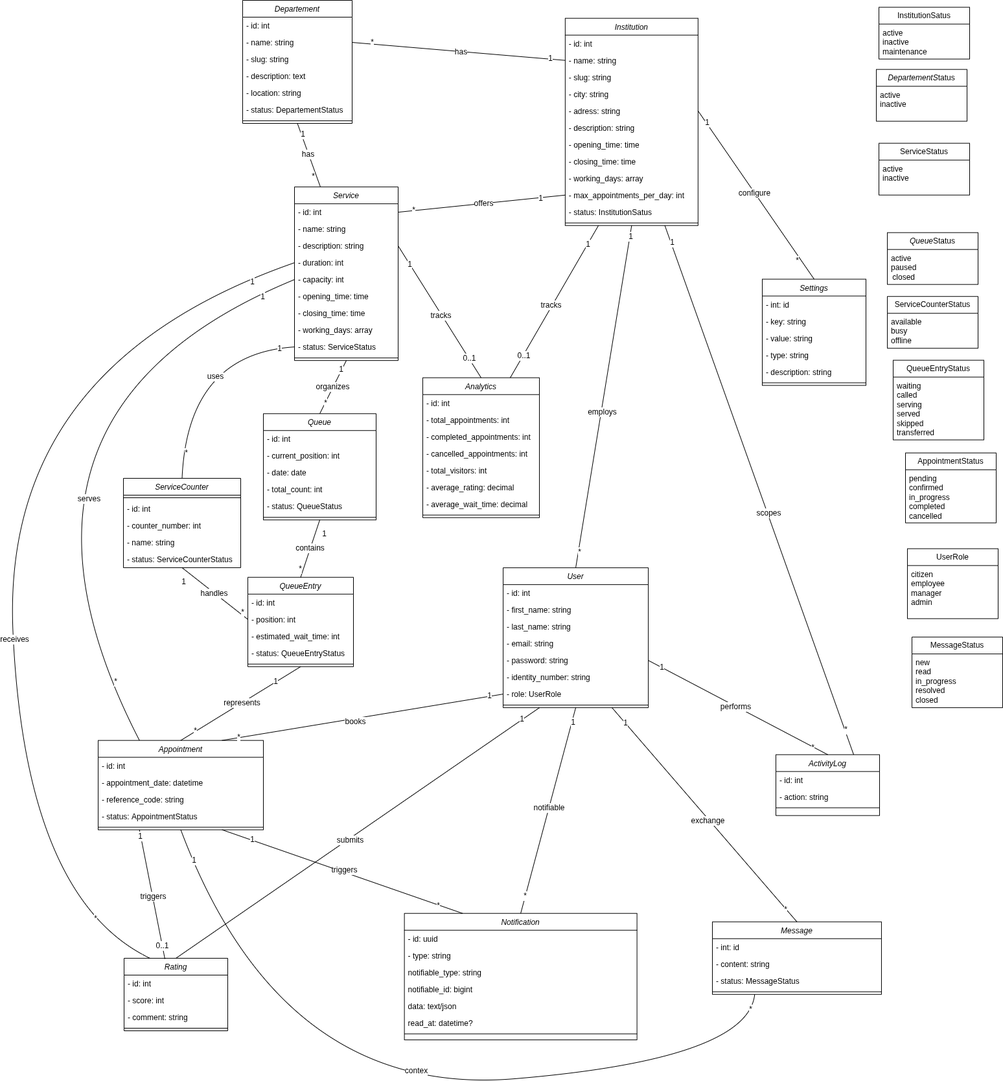
Above: diagramms/class diagram.png in elgmouriabderrahim/SmartQueue (draw.io), before the change. Source tidied: cells renumbered, new cells last; positions are measured from the earlier drawing's top-left corner, leaving out a move shared by most shapes.
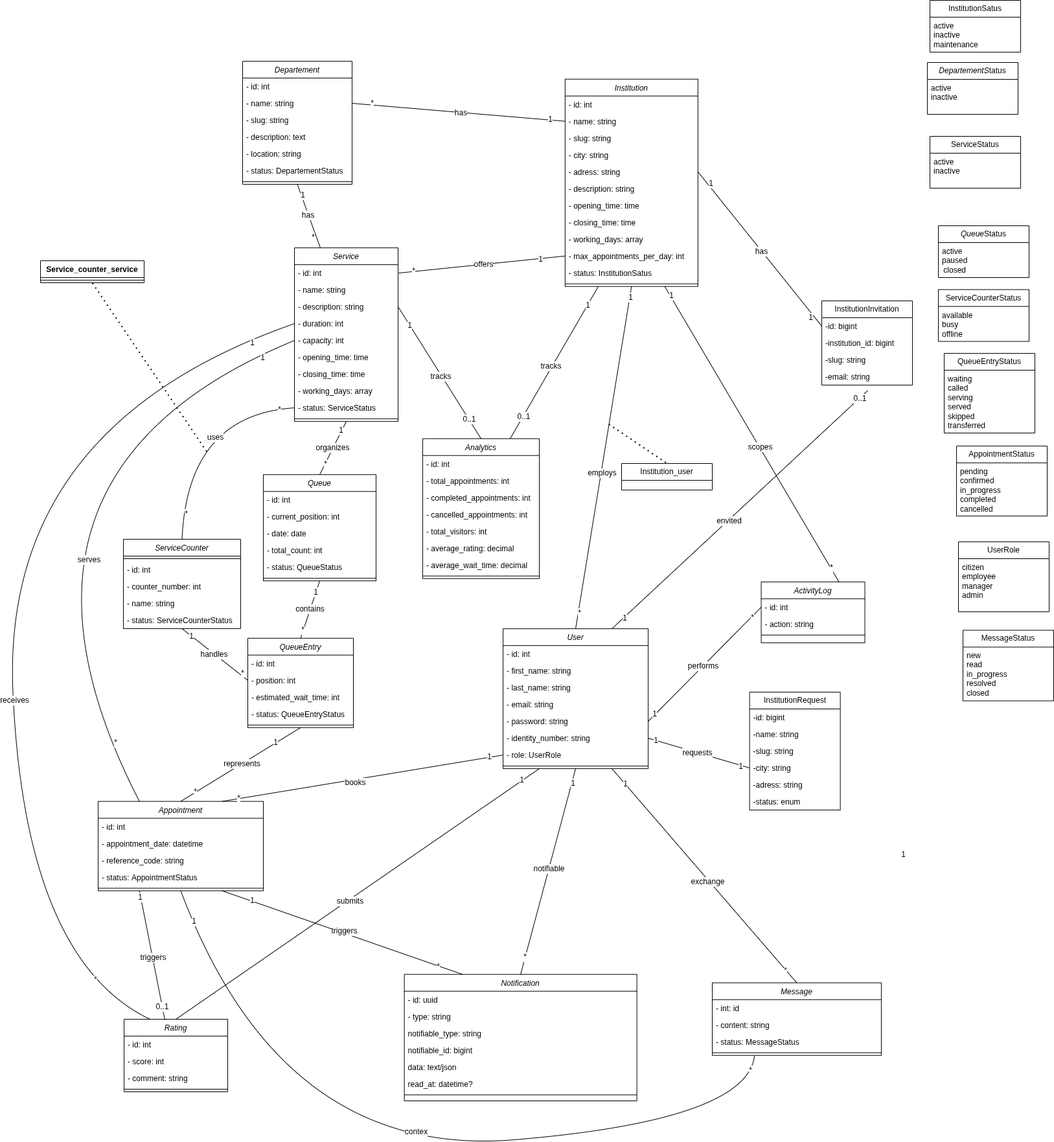
The same file after the commit.

Change to the diagram source:
```diff
@@ -1,2 +1,2 @@
-<mxGraphModel background="light-dark(#FFFFFF,#FFFFFF)">
+<mxGraphModel background="#ffffff">
   <root>
@@ -110,3 +110,3 @@
     <mxCell id="37" value="ActivityLog" style="swimlane;fontStyle=2;align=center;verticalAlign=top;horizontal=1;startSize=26;rounded=0;shadow=0;strokeWidth=1;" parent="1" vertex="1">
-      <mxGeometry x="1243" y="1164.7" width="160" height="94" as="geometry" />
+      <mxGeometry x="1220.5" y="803.8" width="160" height="94" as="geometry" />
     </mxCell>
@@ -279,3 +279,3 @@
     </mxCell>
-    <mxCell id="93" style="endArrow=none;html=1;rounded=0;fontSize=12;startSize=8;endSize=8;curved=1;exitX=0.5;exitY=0;exitDx=0;exitDy=0;entryX=1;entryY=0.5;entryDx=0;entryDy=0;" parent="1" edge="1" source="37" target="7">
+    <mxCell id="93" style="endArrow=none;html=1;rounded=0;fontSize=12;startSize=8;endSize=8;curved=1;exitX=0;exitY=0.5;exitDx=0;exitDy=0;entryX=1;entryY=0.5;entryDx=0;entryDy=0;" parent="1" edge="1" source="38" target="7">
       <mxGeometry relative="1" as="geometry" />
@@ -313,41 +313,2 @@
     </mxCell>
-    <mxCell id="101" value="Settings" style="swimlane;fontStyle=2;align=center;verticalAlign=top;horizontal=1;startSize=26;rounded=0;shadow=0;strokeWidth=1;" parent="1" vertex="1">
-      <mxGeometry x="1222" y="430.5" width="160" height="164" as="geometry" />
-    </mxCell>
-    <mxCell id="102" value="- int: id" style="text;align=left;verticalAlign=top;spacingLeft=4;spacingRight=4;overflow=hidden;rounded=0;shadow=0;html=0;" parent="101" vertex="1">
-      <mxGeometry y="26" width="160" height="26" as="geometry" />
-    </mxCell>
-    <mxCell id="103" value="- key: string" style="text;align=left;verticalAlign=top;spacingLeft=4;spacingRight=4;overflow=hidden;rounded=0;shadow=0;html=0;" parent="101" vertex="1">
-      <mxGeometry y="52" width="160" height="26" as="geometry" />
-    </mxCell>
-    <mxCell id="104" value="- value: string" style="text;align=left;verticalAlign=top;spacingLeft=4;spacingRight=4;overflow=hidden;rounded=0;shadow=0;html=0;" parent="101" vertex="1">
-      <mxGeometry y="78" width="160" height="26" as="geometry" />
-    </mxCell>
-    <mxCell id="105" value="- type: string" style="text;align=left;verticalAlign=top;spacingLeft=4;spacingRight=4;overflow=hidden;rounded=0;shadow=0;html=0;" parent="101" vertex="1">
-      <mxGeometry y="104" width="160" height="26" as="geometry" />
-    </mxCell>
-    <mxCell id="106" value="- description: string" style="text;align=left;verticalAlign=top;spacingLeft=4;spacingRight=4;overflow=hidden;rounded=0;shadow=0;html=0;" parent="101" vertex="1">
-      <mxGeometry y="130" width="160" height="26" as="geometry" />
-    </mxCell>
-    <mxCell id="107" style="line;html=1;strokeWidth=1;align=left;verticalAlign=middle;spacingTop=-1;spacingLeft=3;spacingRight=3;labelPosition=right;" parent="101" vertex="1">
-      <mxGeometry y="156" width="160" height="8" as="geometry" />
-    </mxCell>
-    <mxCell id="108" style="endArrow=none;html=1;rounded=0;fontSize=12;startSize=8;endSize=8;curved=1;entryX=1;entryY=0.5;entryDx=0;entryDy=0;exitX=0.5;exitY=0;exitDx=0;exitDy=0;" parent="1" edge="1" source="101" target="16">
-      <mxGeometry relative="1" as="geometry" />
-    </mxCell>
-    <mxCell id="109" value="configure" style="edgeLabel;html=1;align=center;verticalAlign=middle;fontSize=12;" parent="108" vertex="1">
-      <mxGeometry x="0.03" relative="1" as="geometry">
-        <mxPoint x="-1" as="offset" />
-      </mxGeometry>
-    </mxCell>
-    <mxCell id="110" value="1" style="edgeLabel;html=1;align=center;verticalAlign=middle;fontSize=12;" parent="108" vertex="1">
-      <mxGeometry x="0.92" relative="1" as="geometry">
-        <mxPoint x="6" y="7" as="offset" />
-      </mxGeometry>
-    </mxCell>
-    <mxCell id="111" value="*" style="edgeLabel;html=1;align=center;verticalAlign=middle;fontSize=12;" parent="108" vertex="1">
-      <mxGeometry x="-0.83" y="1" relative="1" as="geometry">
-        <mxPoint x="-11" y="-8" as="offset" />
-      </mxGeometry>
-    </mxCell>
     <mxCell id="112" style="endArrow=none;html=1;rounded=0;fontSize=12;startSize=8;endSize=8;curved=1;entryX=0.5;entryY=1;entryDx=0;entryDy=0;exitX=0.5;exitY=0;exitDx=0;exitDy=0;" parent="1" edge="1" source="57" target="46">
@@ -398,3 +359,3 @@
       <mxGeometry x="0.92" relative="1" as="geometry">
-        <mxPoint x="8" y="18" as="offset" />
+        <mxPoint x="-5" y="14" as="offset" />
       </mxGeometry>
@@ -403,3 +364,3 @@
       <mxGeometry x="-0.83" y="1" relative="1" as="geometry">
-        <mxPoint x="-3" y="-5" as="offset" />
+        <mxPoint x="1" y="-5" as="offset" />
       </mxGeometry>
@@ -530,3 +491,3 @@
     </mxCell>
-    <mxCell id="158" value="1" style="edgeLabel;html=1;align=center;verticalAlign=middle;fontSize=12;" parent="157" vertex="1">
+    <mxCell id="158" value="*" style="edgeLabel;html=1;align=center;verticalAlign=middle;fontSize=12;" parent="157" vertex="1">
       <mxGeometry x="0.92" relative="1" as="geometry">
@@ -600,3 +561,3 @@
       <mxGeometry x="0.92" relative="1" as="geometry">
-        <mxPoint x="-2" y="18" as="offset" />
+        <mxPoint x="10" y="8" as="offset" />
       </mxGeometry>
@@ -680,3 +641,3 @@
     <mxCell id="189" value="InstitutionSatus" style="swimlane;fontStyle=0;horizontal=1;startSize=26;fillColor=none;whiteSpace=wrap;html=1;" parent="1" vertex="1">
-      <mxGeometry x="1402" y="10.7" width="140" height="80" as="geometry" />
+      <mxGeometry x="1481" y="-94" width="140" height="80" as="geometry" />
     </mxCell>
@@ -686,3 +647,3 @@
     <mxCell id="191" value="&lt;span style=&quot;font-style: italic; text-wrap-mode: nowrap;&quot;&gt;DepartementS&lt;/span&gt;tatus" style="swimlane;fontStyle=0;horizontal=1;startSize=26;fillColor=none;whiteSpace=wrap;html=1;" parent="1" vertex="1">
-      <mxGeometry x="1398" y="106.7" width="140" height="80" as="geometry" />
+      <mxGeometry x="1477" y="2" width="140" height="80" as="geometry" />
     </mxCell>
@@ -692,3 +653,3 @@
     <mxCell id="193" value="ServiceStatus" style="swimlane;fontStyle=0;horizontal=1;startSize=26;fillColor=none;whiteSpace=wrap;html=1;" parent="1" vertex="1">
-      <mxGeometry x="1402" y="220.7" width="140" height="80" as="geometry" />
+      <mxGeometry x="1481" y="116" width="140" height="80" as="geometry" />
     </mxCell>
@@ -698,3 +659,3 @@
     <mxCell id="195" value="ServiceCounterStatus" style="swimlane;fontStyle=0;horizontal=1;startSize=26;fillColor=none;whiteSpace=wrap;html=1;" parent="1" vertex="1">
-      <mxGeometry x="1415" y="457.2" width="140" height="80" as="geometry" />
+      <mxGeometry x="1494" y="352.6" width="140" height="80" as="geometry" />
     </mxCell>
@@ -704,3 +665,3 @@
     <mxCell id="197" value="&lt;span style=&quot;font-style: italic; text-wrap-mode: nowrap;&quot;&gt;Queue&lt;/span&gt;Status" style="swimlane;fontStyle=0;horizontal=1;startSize=26;fillColor=none;whiteSpace=wrap;html=1;" parent="1" vertex="1">
-      <mxGeometry x="1415" y="358.7" width="140" height="80" as="geometry" />
+      <mxGeometry x="1494" y="254" width="140" height="80" as="geometry" />
     </mxCell>
@@ -710,3 +671,3 @@
     <mxCell id="199" value="&lt;span style=&quot;text-align: left; text-wrap-mode: nowrap;&quot;&gt;QueueEntryStatus&lt;/span&gt;" style="swimlane;fontStyle=0;horizontal=1;startSize=26;fillColor=none;whiteSpace=wrap;html=1;" parent="1" vertex="1">
-      <mxGeometry x="1424" y="555.7" width="140" height="123" as="geometry" />
+      <mxGeometry x="1503" y="451" width="140" height="123" as="geometry" />
     </mxCell>
@@ -716,3 +677,3 @@
     <mxCell id="201" value="&lt;span style=&quot;text-align: left; text-wrap-mode: nowrap;&quot;&gt;AppointmentStatus&lt;/span&gt;" style="swimlane;fontStyle=0;horizontal=1;startSize=26;fillColor=none;whiteSpace=wrap;html=1;" parent="1" vertex="1">
-      <mxGeometry x="1443" y="698.8" width="140" height="108" as="geometry" />
+      <mxGeometry x="1522" y="594.1" width="140" height="108" as="geometry" />
     </mxCell>
@@ -722,3 +683,3 @@
     <mxCell id="203" value="&lt;span style=&quot;text-align: left; text-wrap-mode: nowrap;&quot;&gt;UserRole&lt;/span&gt;" style="swimlane;fontStyle=0;horizontal=1;startSize=26;fillColor=none;whiteSpace=wrap;html=1;" parent="1" vertex="1">
-      <mxGeometry x="1446" y="846.7" width="140" height="108" as="geometry" />
+      <mxGeometry x="1525" y="742" width="140" height="108" as="geometry" />
     </mxCell>
@@ -728,3 +689,3 @@
     <mxCell id="205" value="&lt;span style=&quot;text-align: left; text-wrap-mode: nowrap;&quot;&gt;MessageStatus&lt;/span&gt;" style="swimlane;fontStyle=0;horizontal=1;startSize=26;fillColor=none;whiteSpace=wrap;html=1;" parent="1" vertex="1">
-      <mxGeometry x="1453" y="983.1" width="140" height="109" as="geometry" />
+      <mxGeometry x="1532" y="878.5" width="140" height="109" as="geometry" />
     </mxCell>
@@ -765,2 +726,108 @@
     </mxCell>
+    <mxCell id="215" value="InstitutionRequest" style="swimlane;fontStyle=0;horizontal=1;startSize=26;fillColor=none;whiteSpace=wrap;html=1;" parent="1" vertex="1">
+      <mxGeometry x="1202.6" y="974" width="140" height="182" as="geometry" />
+    </mxCell>
+    <mxCell id="216" value="-id: bigint&#10;" style="text;align=left;verticalAlign=top;spacingLeft=4;spacingRight=4;overflow=hidden;rounded=0;shadow=0;html=0;" parent="215" vertex="1">
+      <mxGeometry y="26" width="140" height="26" as="geometry" />
+    </mxCell>
+    <mxCell id="217" value="-name: string&#10;" style="text;align=left;verticalAlign=top;spacingLeft=4;spacingRight=4;overflow=hidden;rounded=0;shadow=0;html=0;" parent="215" vertex="1">
+      <mxGeometry y="52" width="140" height="26" as="geometry" />
+    </mxCell>
+    <mxCell id="218" value="-slug: string&#10;" style="text;align=left;verticalAlign=top;spacingLeft=4;spacingRight=4;overflow=hidden;rounded=0;shadow=0;html=0;" parent="215" vertex="1">
+      <mxGeometry y="78" width="140" height="26" as="geometry" />
+    </mxCell>
+    <mxCell id="219" value="-city: string&#10;" style="text;align=left;verticalAlign=top;spacingLeft=4;spacingRight=4;overflow=hidden;points=[[0,0.5],[1,0.5]];portConstraint=eastwest;rounded=0;shadow=0;html=0;" parent="215" vertex="1">
+      <mxGeometry y="104" width="140" height="26" as="geometry" />
+    </mxCell>
+    <mxCell id="220" value="-adress: string&#10;" style="text;align=left;verticalAlign=top;spacingLeft=4;spacingRight=4;overflow=hidden;rounded=0;shadow=0;html=0;" parent="215" vertex="1">
+      <mxGeometry y="130" width="140" height="26" as="geometry" />
+    </mxCell>
+    <mxCell id="221" value="-status: enum&#10;" style="text;align=left;verticalAlign=top;spacingLeft=4;spacingRight=4;overflow=hidden;rounded=0;shadow=0;html=0;" parent="215" vertex="1">
+      <mxGeometry y="156" width="140" height="26" as="geometry" />
+    </mxCell>
+    <mxCell id="222" style="endArrow=none;html=1;rounded=0;fontSize=12;startSize=8;endSize=8;curved=1;exitX=0;exitY=0.5;exitDx=0;exitDy=0;entryX=1;entryY=0.5;entryDx=0;entryDy=0;" parent="1" edge="1" source="219" target="8">
+      <mxGeometry relative="1" as="geometry" />
+    </mxCell>
+    <mxCell id="223" value="requests" style="edgeLabel;html=1;align=center;verticalAlign=middle;fontSize=12;" parent="222" vertex="1">
+      <mxGeometry x="0.03" relative="1" as="geometry">
+        <mxPoint x="-1" as="offset" />
+      </mxGeometry>
+    </mxCell>
+    <mxCell id="224" value="1" style="edgeLabel;html=1;align=center;verticalAlign=middle;fontSize=12;" parent="222" vertex="1">
+      <mxGeometry x="-0.83" y="1" relative="1" as="geometry" />
+    </mxCell>
+    <mxCell id="225" value="1" style="edgeLabel;html=1;align=center;verticalAlign=middle;fontSize=12;" parent="222" vertex="1">
+      <mxGeometry x="0.86" y="-3" relative="1" as="geometry">
+        <mxPoint y="3" as="offset" />
+      </mxGeometry>
+    </mxCell>
+    <mxCell id="226" value="Service_counter_service" style="swimlane;fontStyle=1;align=center;verticalAlign=top;horizontal=1;startSize=26;whiteSpace=wrap;html=1;" parent="1" vertex="1">
+      <mxGeometry x="108" y="308" width="160" height="34" as="geometry" />
+    </mxCell>
+    <mxCell id="227" style="line;strokeWidth=1;fillColor=none;align=left;verticalAlign=middle;spacingTop=-1;spacingLeft=3;spacingRight=3;labelPosition=right;strokeColor=inherit;" parent="226" vertex="1">
+      <mxGeometry y="26" width="160" height="8" as="geometry" />
+    </mxCell>
+    <mxCell id="228" style="endArrow=none;dashed=1;html=1;dashPattern=1 3;strokeWidth=2;rounded=0;entryX=0.5;entryY=1;entryDx=0;entryDy=0;" parent="1" edge="1" target="226">
+      <mxGeometry relative="1" as="geometry">
+        <mxPoint x="365" y="603" as="sourcePoint" />
+      </mxGeometry>
+    </mxCell>
+    <mxCell id="229" value="Institution_user" style="swimlane;fontStyle=0;horizontal=1;startSize=26;fillColor=none;whiteSpace=wrap;html=1;" parent="1" vertex="1">
+      <mxGeometry x="1005" y="621" width="140" height="41" as="geometry" />
+    </mxCell>
+    <mxCell id="230" style="endArrow=none;dashed=1;html=1;dashPattern=1 3;strokeWidth=2;rounded=0;entryX=0.5;entryY=0;entryDx=0;entryDy=0;" parent="1" edge="1" target="229">
+      <mxGeometry relative="1" as="geometry">
+        <mxPoint x="986" y="561" as="sourcePoint" />
+      </mxGeometry>
+    </mxCell>
+    <mxCell id="231" value="InstitutionInvitation" style="swimlane;fontStyle=0;horizontal=1;startSize=26;fillColor=none;whiteSpace=wrap;html=1;" parent="1" vertex="1">
+      <mxGeometry x="1314.1" y="370" width="140" height="130" as="geometry" />
+    </mxCell>
+    <mxCell id="232" value="-id: bigint&#10;" style="text;align=left;verticalAlign=top;spacingLeft=4;spacingRight=4;overflow=hidden;points=[[0,0.5],[1,0.5]];portConstraint=eastwest;rounded=0;shadow=0;html=0;" parent="231" vertex="1">
+      <mxGeometry y="26" width="140" height="26" as="geometry" />
+    </mxCell>
+    <mxCell id="233" value="-institution_id: bigint&#10;" style="text;align=left;verticalAlign=top;spacingLeft=4;spacingRight=4;overflow=hidden;rounded=0;shadow=0;html=0;" parent="231" vertex="1">
+      <mxGeometry y="52" width="140" height="26" as="geometry" />
+    </mxCell>
+    <mxCell id="234" value="-slug: string&#10;" style="text;align=left;verticalAlign=top;spacingLeft=4;spacingRight=4;overflow=hidden;rounded=0;shadow=0;html=0;" parent="231" vertex="1">
+      <mxGeometry y="78" width="140" height="26" as="geometry" />
+    </mxCell>
+    <mxCell id="235" value="-email: string&#10;" style="text;align=left;verticalAlign=top;spacingLeft=4;spacingRight=4;overflow=hidden;points=[[0,0.5],[1,0.5]];portConstraint=eastwest;rounded=0;shadow=0;html=0;" parent="231" vertex="1">
+      <mxGeometry y="104" width="140" height="26" as="geometry" />
+    </mxCell>
+    <mxCell id="236" value="1" style="edgeLabel;html=1;align=center;verticalAlign=middle;fontSize=12;" parent="1" vertex="1">
+      <mxGeometry x="1439" y="1224.2" as="geometry" />
+    </mxCell>
+    <mxCell id="237" style="endArrow=none;html=1;rounded=0;fontSize=12;startSize=8;endSize=8;curved=1;entryX=0;entryY=0.5;entryDx=0;entryDy=0;exitX=1;exitY=0.5;exitDx=0;exitDy=0;" parent="1" edge="1" source="16" target="232">
+      <mxGeometry relative="1" as="geometry" />
+    </mxCell>
+    <mxCell id="238" value="has" style="edgeLabel;html=1;align=center;verticalAlign=middle;fontSize=12;" parent="237" vertex="1">
+      <mxGeometry x="0.03" relative="1" as="geometry">
+        <mxPoint x="-1" as="offset" />
+      </mxGeometry>
+    </mxCell>
+    <mxCell id="239" value="1" style="edgeLabel;html=1;align=center;verticalAlign=middle;fontSize=12;" parent="237" vertex="1">
+      <mxGeometry x="0.92" relative="1" as="geometry">
+        <mxPoint x="-10" y="-5" as="offset" />
+      </mxGeometry>
+    </mxCell>
+    <mxCell id="240" value="1" style="edgeLabel;html=1;align=center;verticalAlign=middle;fontSize=12;" parent="237" vertex="1">
+      <mxGeometry x="-0.83" y="1" relative="1" as="geometry">
+        <mxPoint x="3" y="-2" as="offset" />
+      </mxGeometry>
+    </mxCell>
+    <mxCell id="241" style="endArrow=none;html=1;rounded=0;fontSize=12;startSize=8;endSize=8;curved=1;entryX=0.75;entryY=0;entryDx=0;entryDy=0;exitX=0.506;exitY=1.325;exitDx=0;exitDy=0;exitPerimeter=0;" parent="1" edge="1" source="235" target="2">
+      <mxGeometry relative="1" as="geometry" />
+    </mxCell>
+    <mxCell id="242" value="0..1" style="edgeLabel;html=1;align=center;verticalAlign=middle;fontSize=12;" parent="241" vertex="1">
+      <mxGeometry x="-0.93" y="1" relative="1" as="geometry">
+        <mxPoint y="-1" as="offset" />
+      </mxGeometry>
+    </mxCell>
+    <mxCell id="243" value="envited" style="edgeLabel;html=1;align=center;verticalAlign=middle;fontSize=12;" parent="241" vertex="1">
+      <mxGeometry x="0.09" y="1" relative="1" as="geometry" />
+    </mxCell>
+    <mxCell id="244" value="1" style="edgeLabel;html=1;align=center;verticalAlign=middle;fontSize=12;" parent="241" vertex="1">
+      <mxGeometry x="0.9" y="1" relative="1" as="geometry" />
+    </mxCell>
   </root>
```
